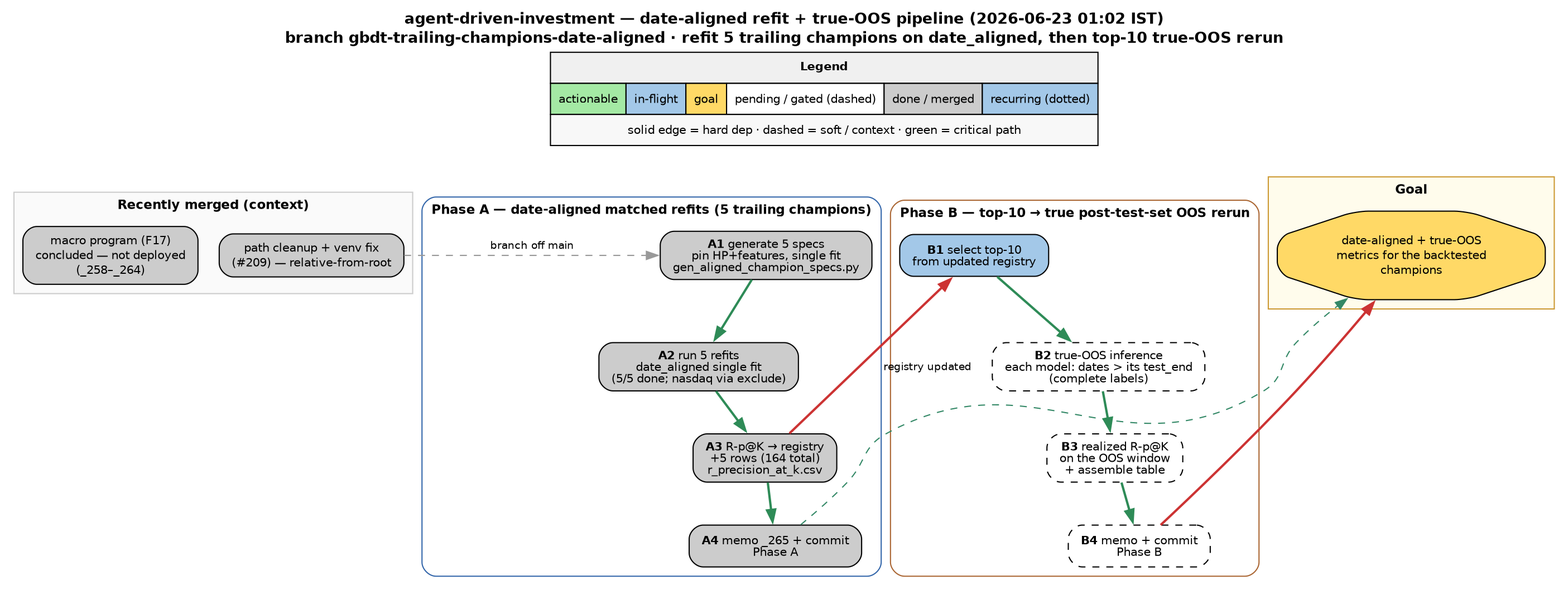
Above: docs/task_dependencies.png in shayanrc/agent-driven-investment (Graphviz), before the change. Its source is kept beside it as docs/task_dependencies.dot.
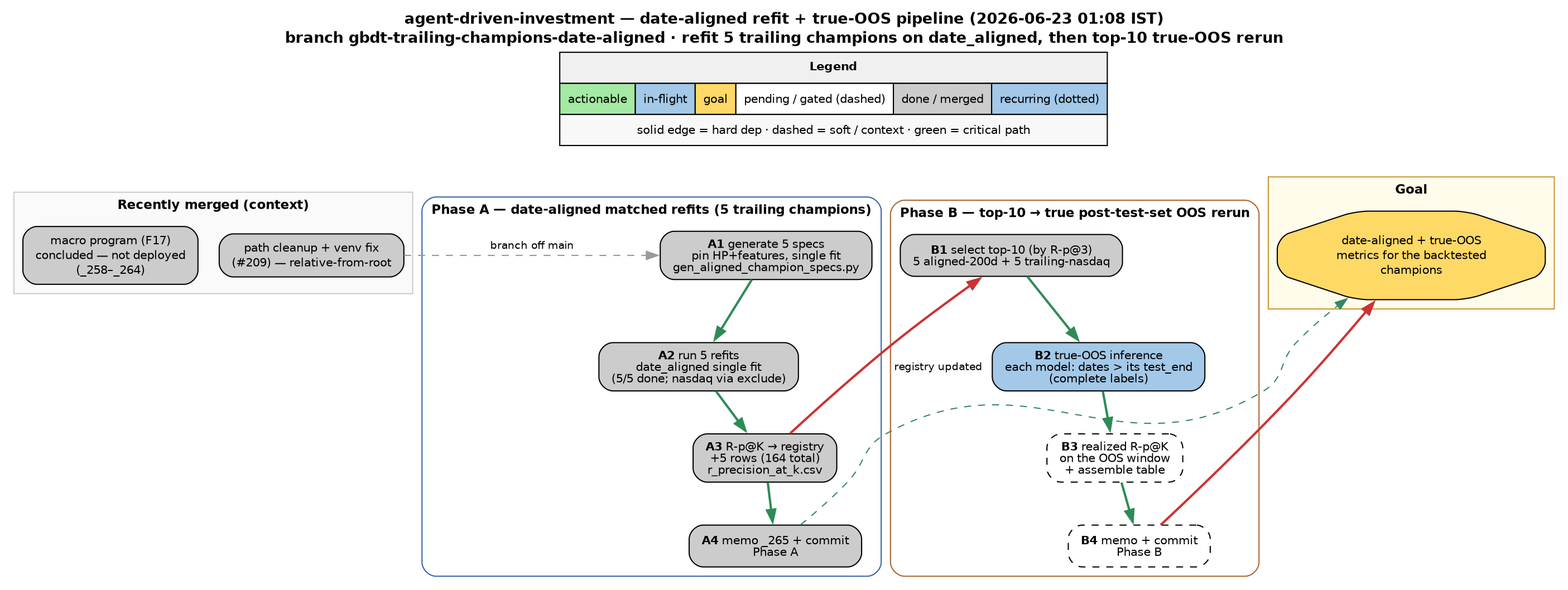
Above is the later version.

Commit message:
chore(graph): B1 done (top-10 selected), B2 in-flight

What changed in the source:
```diff
@@ -4,7 +4,7 @@
   bgcolor="white";
   node [fontname="Helvetica", fontsize=10, shape=box, style="rounded,filled", margin="0.15,0.08"];
   edge [fontname="Helvetica", fontsize=9];
-  graph [labelloc="t", label="agent-driven-investment — date-aligned refit + true-OOS pipeline (2026-06-23 01:02 IST)\nbranch gbdt-trailing-champions-date-aligned · refit 5 trailing champions on date_aligned, then top-10 true-OOS rerun", fontsize=13, fontname="Helvetica-Bold"];
+  graph [labelloc="t", label="agent-driven-investment — date-aligned refit + true-OOS pipeline (2026-06-23 01:08 IST)\nbranch gbdt-trailing-champions-date-aligned · refit 5 trailing champions on date_aligned, then top-10 true-OOS rerun", fontsize=13, fontname="Helvetica-Bold"];
 
   {
     rank=source;
@@ -44,8 +44,8 @@
   subgraph cluster_B {
     label = "Phase B — top-10 &rarr; true post-test-set OOS rerun";
     style = "rounded"; color = "#aa6633"; fontname = "Helvetica-Bold"; fontsize = 11;
-    B1 [label=<<B>B1</B> select top-10<BR/>from updated registry>, fillcolor="#a3c8e8"];
-    B2 [label=<<B>B2</B> true-OOS inference<BR/>each model: dates &gt; its test_end<BR/>(complete labels)>, fillcolor="#ffffff", style="rounded,filled,dashed"];
+    B1 [label=<<B>B1</B> select top-10 (by R-p@3)<BR/>5 aligned-200d + 5 trailing-nasdaq>, fillcolor="#cccccc"];
+    B2 [label=<<B>B2</B> true-OOS inference<BR/>each model: dates &gt; its test_end<BR/>(complete labels)>, fillcolor="#a3c8e8"];
     B3 [label=<<B>B3</B> realized R-p@K<BR/>on the OOS window<BR/>+ assemble table>, fillcolor="#ffffff", style="rounded,filled,dashed"];
     B4 [label=<<B>B4</B> memo + commit<BR/>Phase B>, fillcolor="#ffffff", style="rounded,filled,dashed"];
   }
```
